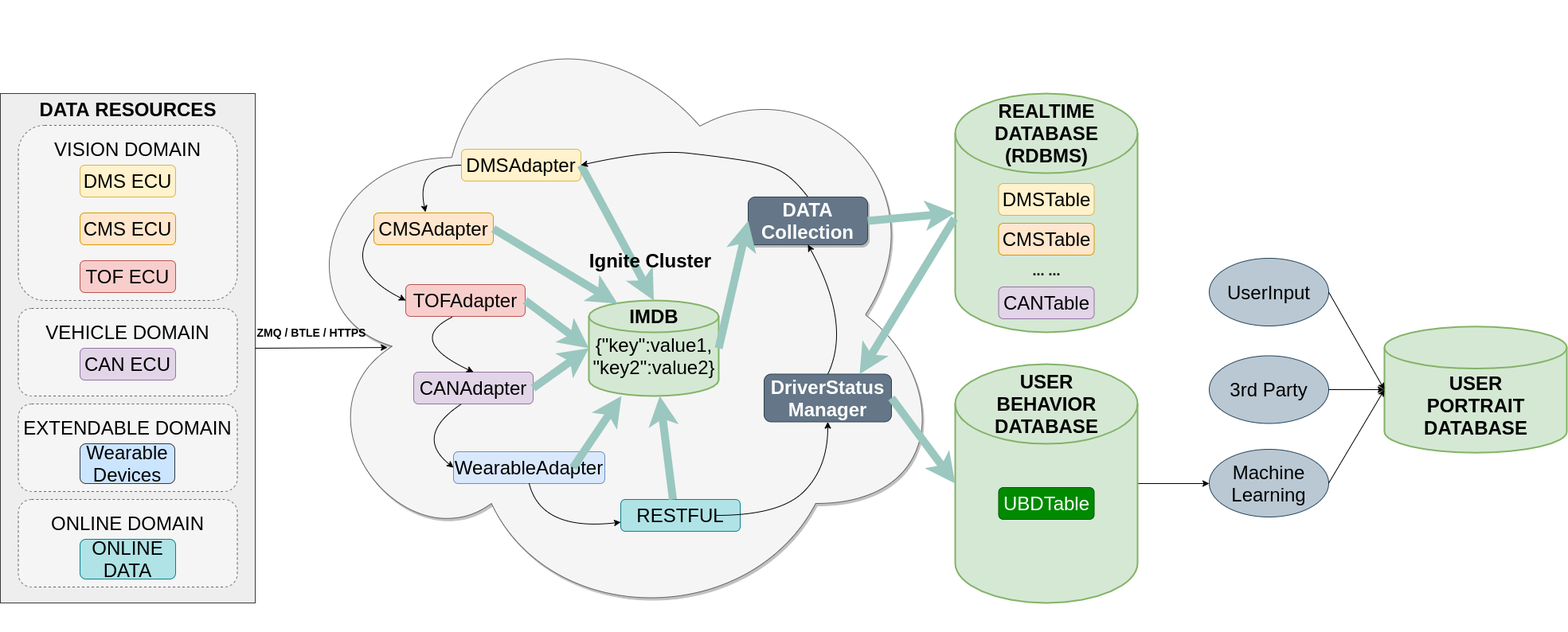
rangerzhou/ImageHosting keeps this draw.io diagram as FlowCharts/Patent_data_module.png. Above is the earlier version. Source tidied: cells renumbered, new cells last; positions are measured from the earlier drawing's top-left corner, leaving out a move shared by most shapes.
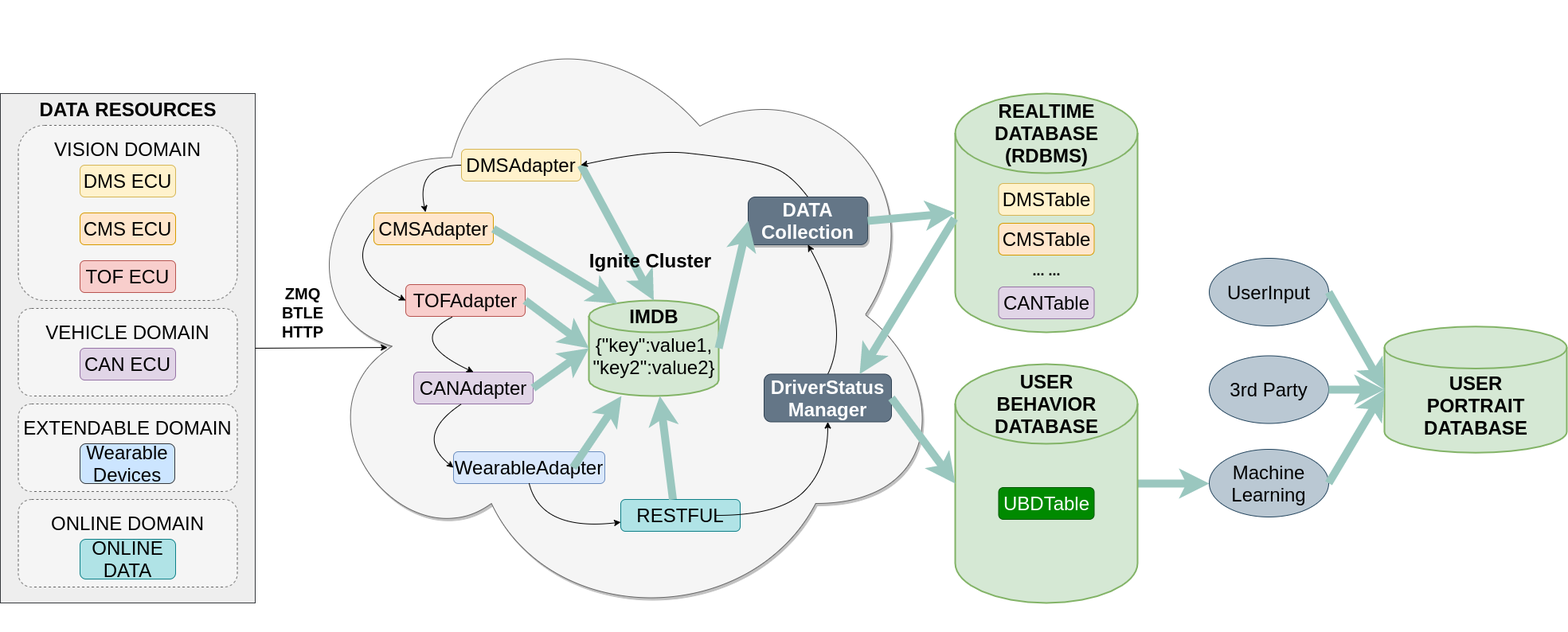
Later version of the same file.

Change to the diagram source:
```diff
@@ -64,8 +64,8 @@
         <mxPoint x="320" y="437" as="sourcePoint" />
       </mxGeometry>
     </mxCell>
-    <mxCell id="22" value="&lt;font style=&quot;font-size: 14px&quot;&gt;&lt;b&gt;ZMQ / BTLE / HTTPS&lt;/b&gt;&lt;/font&gt;" style="text;html=1;strokeColor=none;fillColor=none;align=center;verticalAlign=middle;whiteSpace=wrap;rounded=0;" parent="1" vertex="1">
-      <mxGeometry x="306" y="407" width="170" height="20" as="geometry" />
+    <mxCell id="22" value="&lt;font style=&quot;font-size: 20px&quot;&gt;&lt;b&gt;ZMQ&lt;br&gt;BTLE&lt;br&gt;HTTP&lt;/b&gt;&lt;/font&gt;" style="text;html=1;strokeColor=none;fillColor=none;align=center;verticalAlign=middle;whiteSpace=wrap;rounded=0;" parent="1" vertex="1">
+      <mxGeometry x="294.9" y="357" width="170" height="69.4" as="geometry" />
     </mxCell>
     <mxCell id="23" style="strokeWidth=2;html=1;shape=mxgraph.flowchart.database;whiteSpace=wrap;fillColor=#d5e8d4;strokeColor=#82b366;" parent="1" vertex="1">
       <mxGeometry x="739" y="377" width="163" height="120" as="geometry" />
@@ -191,7 +191,7 @@
     <mxCell id="51" value="&lt;font style=&quot;font-size: 18px&quot;&gt;&lt;b&gt;... ...&lt;/b&gt;&lt;/font&gt;" style="text;html=1;strokeColor=none;fillColor=none;align=center;verticalAlign=middle;whiteSpace=wrap;rounded=0;shadow=1;" parent="1" vertex="1">
       <mxGeometry x="1293.5" y="330" width="40" height="20" as="geometry" />
     </mxCell>
-    <mxCell id="52" style="edgeStyle=orthogonalEdgeStyle;rounded=0;jettySize=auto;html=1;" parent="1" edge="1" source="53">
+    <mxCell id="52" style="edgeStyle=orthogonalEdgeStyle;rounded=0;jettySize=auto;html=1;strokeWidth=10;strokeColor=#9AC7BF;" parent="1" edge="1" source="53">
       <mxGeometry relative="1" as="geometry">
         <mxPoint x="1518" y="607" as="targetPoint" />
       </mxGeometry>
@@ -220,13 +220,13 @@
     <mxCell id="60" value="&lt;font&gt;&lt;b&gt;&lt;font style=&quot;font-size: 24px&quot;&gt;USER&lt;br&gt;PORTRAIT&lt;br&gt;DATABASE&lt;/font&gt;&lt;/b&gt;&lt;br&gt;&lt;/font&gt;" style="text;html=1;strokeColor=none;fillColor=none;align=center;verticalAlign=middle;whiteSpace=wrap;rounded=0;fontSize=16;" parent="1" vertex="1">
       <mxGeometry x="1774.5" y="478.8" width="156" height="60" as="geometry" />
     </mxCell>
-    <mxCell id="61" style="endArrow=classic;html=1;exitX=1;exitY=0.5;exitDx=0;exitDy=0;entryX=0;entryY=0.5;entryDx=0;entryDy=0;entryPerimeter=0;" parent="1" edge="1" source="57" target="59">
+    <mxCell id="61" style="endArrow=classic;html=1;exitX=1;exitY=0.5;exitDx=0;exitDy=0;entryX=0;entryY=0.5;entryDx=0;entryDy=0;entryPerimeter=0;strokeWidth=10;strokeColor=#9AC7BF;" parent="1" edge="1" source="57" target="59">
       <mxGeometry relative="1" as="geometry" />
     </mxCell>
-    <mxCell id="62" style="endArrow=classic;html=1;exitX=1;exitY=0.5;exitDx=0;exitDy=0;entryX=0;entryY=0.5;entryDx=0;entryDy=0;entryPerimeter=0;" parent="1" edge="1" source="56" target="59">
+    <mxCell id="62" style="endArrow=classic;html=1;exitX=1;exitY=0.5;exitDx=0;exitDy=0;entryX=0;entryY=0.5;entryDx=0;entryDy=0;entryPerimeter=0;strokeWidth=10;strokeColor=#9AC7BF;" parent="1" edge="1" source="56" target="59">
       <mxGeometry relative="1" as="geometry" />
     </mxCell>
-    <mxCell id="63" style="endArrow=classic;html=1;entryX=0;entryY=0.5;entryDx=0;entryDy=0;entryPerimeter=0;exitX=1;exitY=0.5;exitDx=0;exitDy=0;" parent="1" edge="1" source="58" target="59">
+    <mxCell id="63" style="endArrow=classic;html=1;entryX=0;entryY=0.5;entryDx=0;entryDy=0;entryPerimeter=0;exitX=1;exitY=0.5;exitDx=0;exitDy=0;strokeWidth=10;strokeColor=#9AC7BF;" parent="1" edge="1" source="58" target="59">
       <mxGeometry relative="1" as="geometry" />
     </mxCell>
     <mxCell id="64" value="&lt;font style=&quot;font-size: 24px&quot;&gt;&lt;b&gt;DriverStatus&lt;br&gt;Manager&lt;/b&gt;&lt;/font&gt;" style="rounded=1;whiteSpace=wrap;html=1;fontColor=#ffffff;fillColor=#647687;strokeColor=#314354;" parent="1" vertex="1">
```
